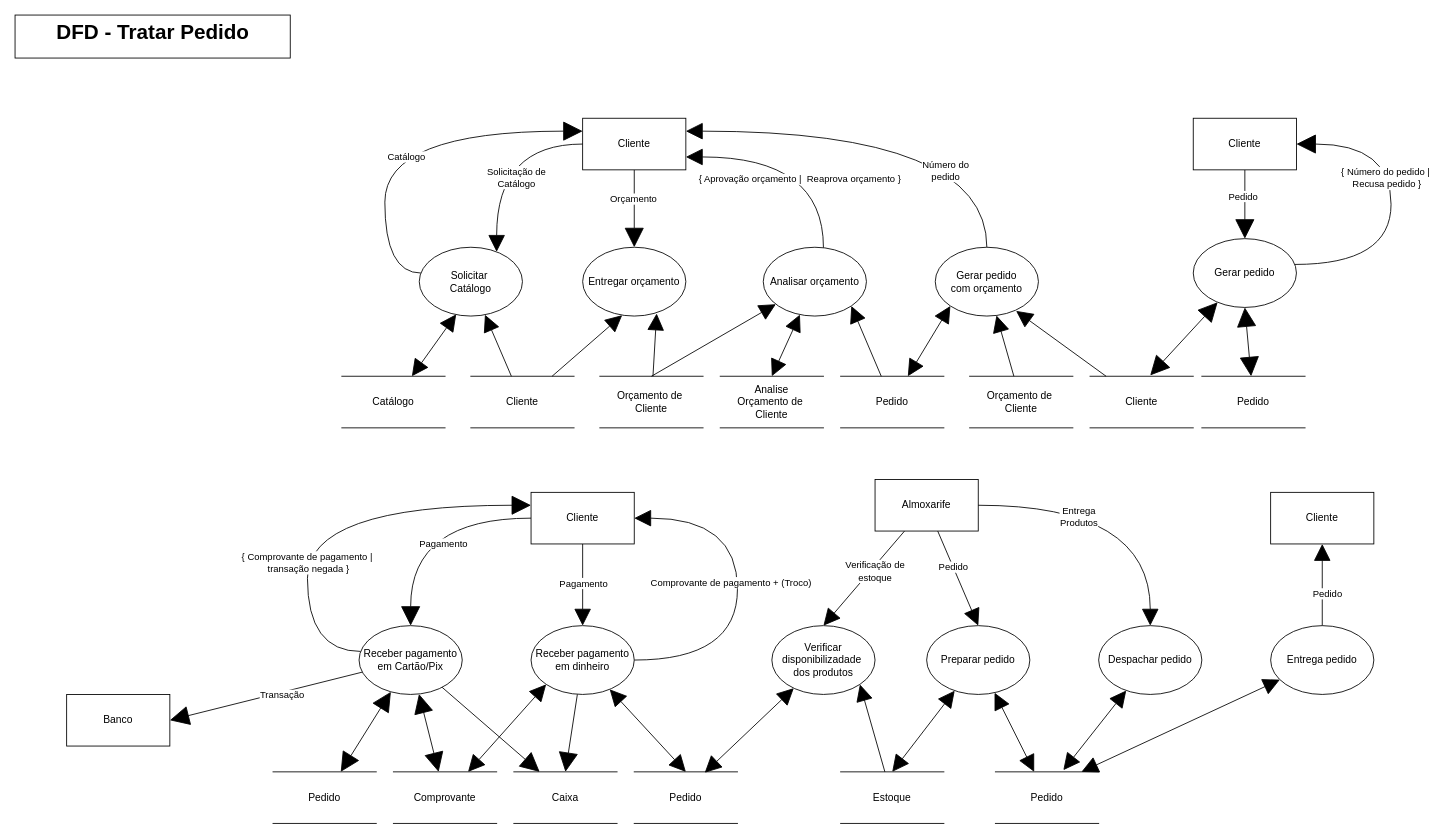
This is Documentation/DFD Essencial para cada Capacidade/DFD Tratar Pedido.drawio from Systematicos/FindingApp, a draw.io file, before an edit. Source tidied: cells renumbered, new cells numbered last; positions are measured from the earlier drawing's top-left corner, leaving out a move shared by most shapes. Both pictures are drawn from the tidied source at 86%, with x=0, y=0 at pixel (15, 15).
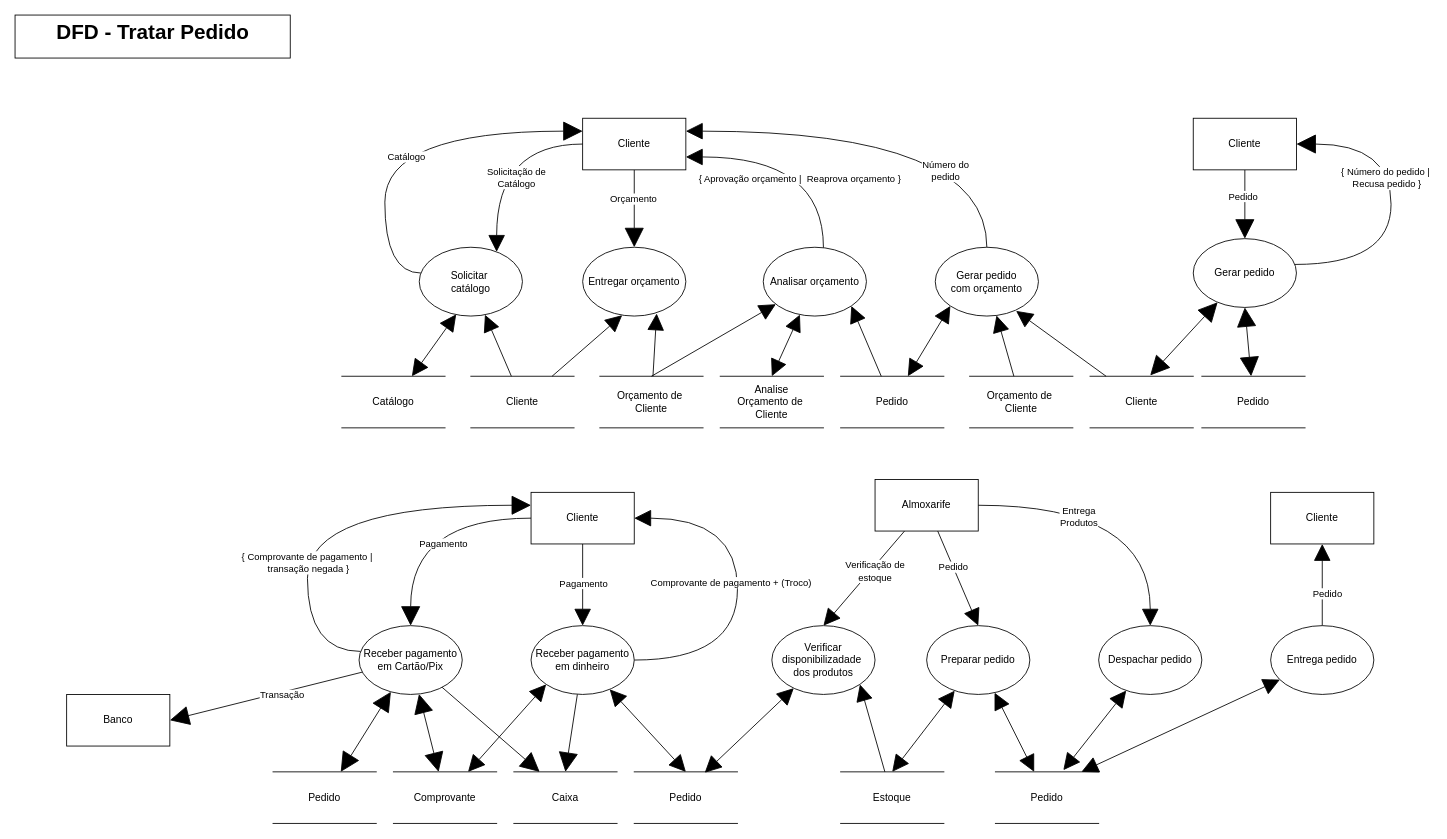
After the change.

Diff of the diagram source:
```diff
@@
-    <mxCell id="21" value="Solicitar&amp;nbsp;&lt;br&gt;Catálogo" style="ellipse;whiteSpace=wrap;html=1;" parent="1" vertex="1">
+    <mxCell id="21" value="Solicitar&amp;nbsp;&lt;br&gt;catálogo" style="ellipse;whiteSpace=wrap;html=1;" parent="1" vertex="1">
       <mxGeometry x="470" y="270" width="120" height="80" as="geometry" />
     </mxCell>
```
